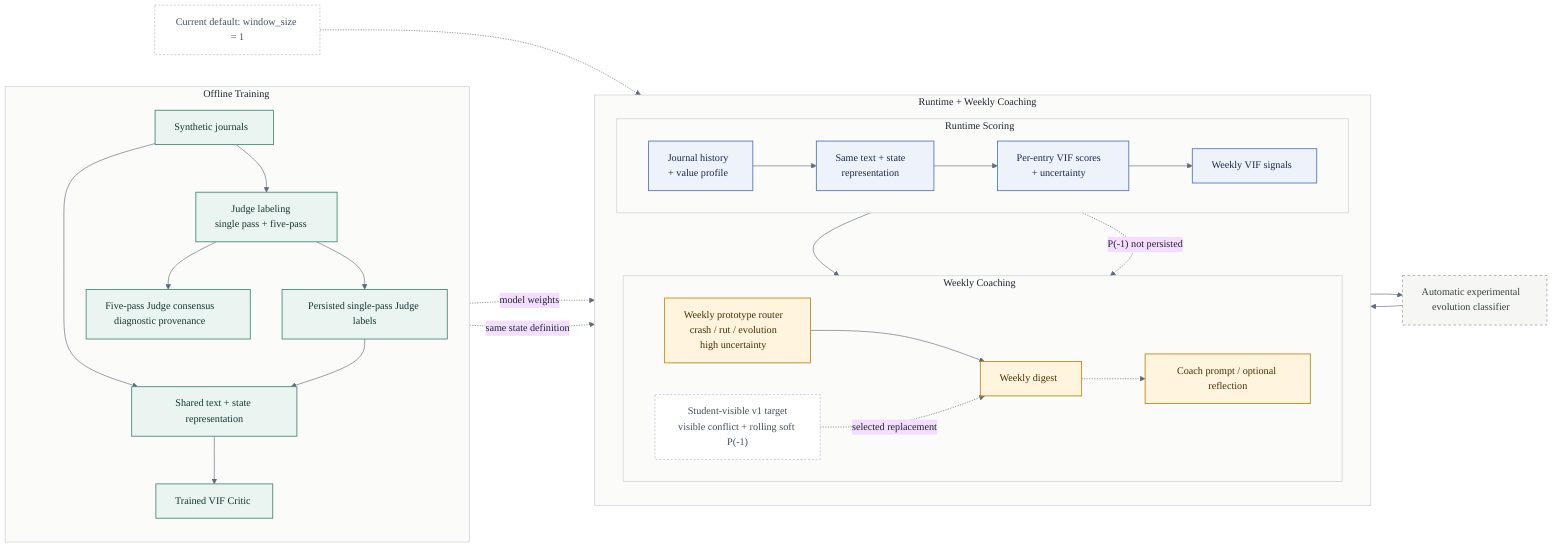
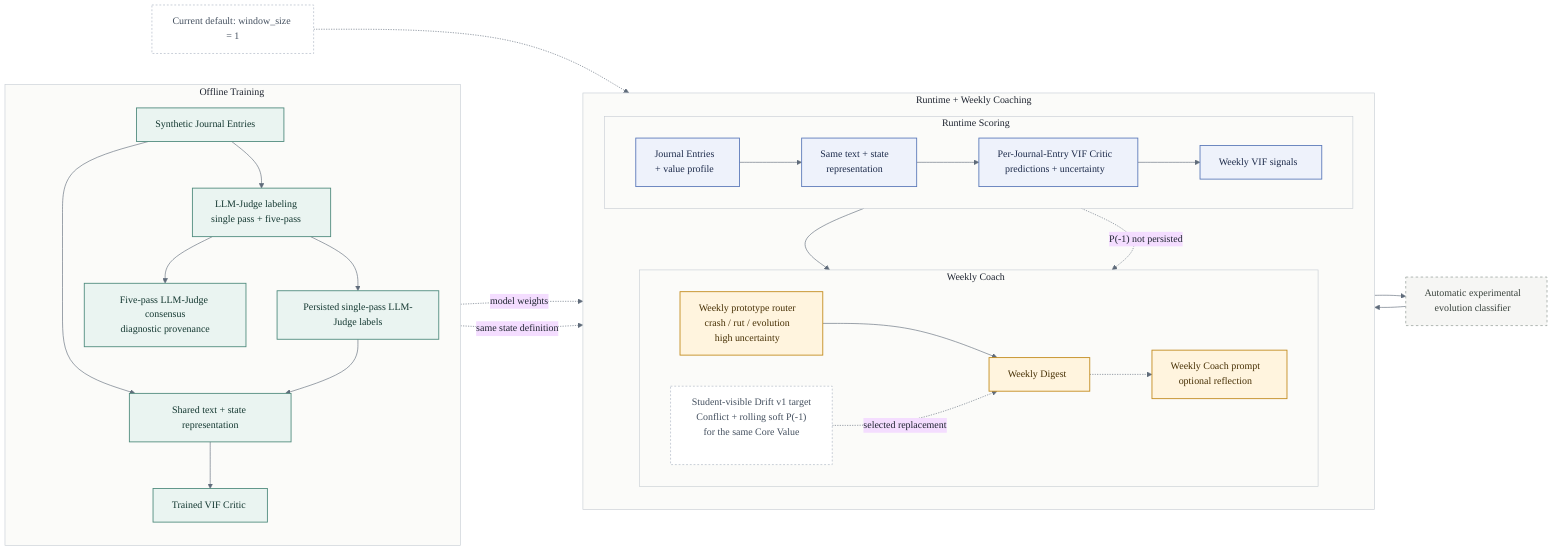
%%{init: {
  'theme': 'base',
  'themeVariables': {
    'fontFamily': 'Aptos, Calibri, Arial, sans-serif',
    'background': '#FFFFFF',
    'lineColor': '#5F6B7A',
    'primaryTextColor': '#1E2430',
    'secondaryTextColor': '#1E2430',
    'tertiaryTextColor': '#1E2430',
    'clusterBkg': '#FBFBF9',
    'clusterBorder': '#C7CDD4'
  }
}}%%
flowchart LR
    classDef offline fill:#EAF4F1,stroke:#4E8A7C,color:#143831,stroke-width:1.4px;
    classDef runtime fill:#EEF2FB,stroke:#5A78B9,color:#1C2A4A,stroke-width:1.4px;
    classDef coach fill:#FFF4DE,stroke:#C28A1B,color:#473004,stroke-width:1.4px;
    classDef optional fill:#F6F6F4,stroke:#9AA39D,color:#38413B,stroke-dasharray: 4 4,stroke-width:1.2px;
    classDef note fill:#FFFFFF,stroke:#AAB4C2,color:#44505F,stroke-dasharray: 3 3;

    subgraph offline_lane["Offline Training"]
        direction TB
-         synth["Synthetic journals"]
-         judge["Judge labeling<br/>single pass + five-pass"]
-         labels["Persisted single-pass Judge labels"]
-         consensus["Five-pass Judge consensus<br/>diagnostic provenance"]
+         synth["Synthetic Journal Entries"]
+         judge["LLM-Judge labeling<br/>single pass + five-pass"]
+         labels["Persisted single-pass LLM-Judge labels"]
+         consensus["Five-pass LLM-Judge consensus<br/>diagnostic provenance"]
        shared_train["Shared text + state representation"]
        critic_model["Trained VIF Critic"]
        synth --> shared_train --> critic_model
        synth --> judge
        judge --> labels
        judge --> consensus
        labels --> shared_train
    end

    subgraph product_lane["Runtime + Weekly Coaching"]
        direction TB
        subgraph runtime_lane["Runtime Scoring"]
            direction LR
-             history["Journal history<br/>+ value profile"]
+             history["Journal Entries<br/>+ value profile"]
            shared_runtime["Same text + state<br/>representation"]
-             entry_scores["Per-entry VIF scores<br/>+ uncertainty"]
+             entry_scores["Per-Journal-Entry VIF Critic<br/>predictions + uncertainty"]
            weekly["Weekly VIF signals"]
            history --> shared_runtime --> entry_scores --> weekly
        end
-         subgraph coach_lane["Weekly Coaching"]
+         subgraph coach_lane["Weekly Coach"]
            direction LR
            drift["Weekly prototype router<br/>crash / rut / evolution<br/>high uncertainty"]
-             drift_v1["Student-visible v1 target<br/>visible conflict + rolling soft P(-1)"]
-             digest["Weekly digest"]
-             coach["Coach prompt / optional reflection"]
+             drift_v1["Student-visible Drift v1 target<br/>Conflict + rolling soft P(-1)<br/>for the same Core Value"]
+             digest["Weekly Digest"]
+             coach["Weekly Coach prompt<br/>optional reflection"]
            drift --> digest -.-> coach
        end
    end

    critic_model -. "model weights" .-> entry_scores
    shared_train -. "same state definition" .-> shared_runtime
    weekly --> drift
    entry_scores -. "P(-1) not persisted" .-> drift_v1
    drift_v1 -. "selected replacement" .-> digest

    evolution["Automatic experimental<br/>evolution classifier"]
    weekly --> evolution --> drift

    default_note["Current default: window_size = 1"]
    default_note -.-> shared_runtime

    class synth,judge,labels,consensus,shared_train,critic_model offline;
    class history,shared_runtime,entry_scores,weekly runtime;
    class drift,digest,coach coach;
    class evolution optional;
    class default_note,drift_v1 note;
